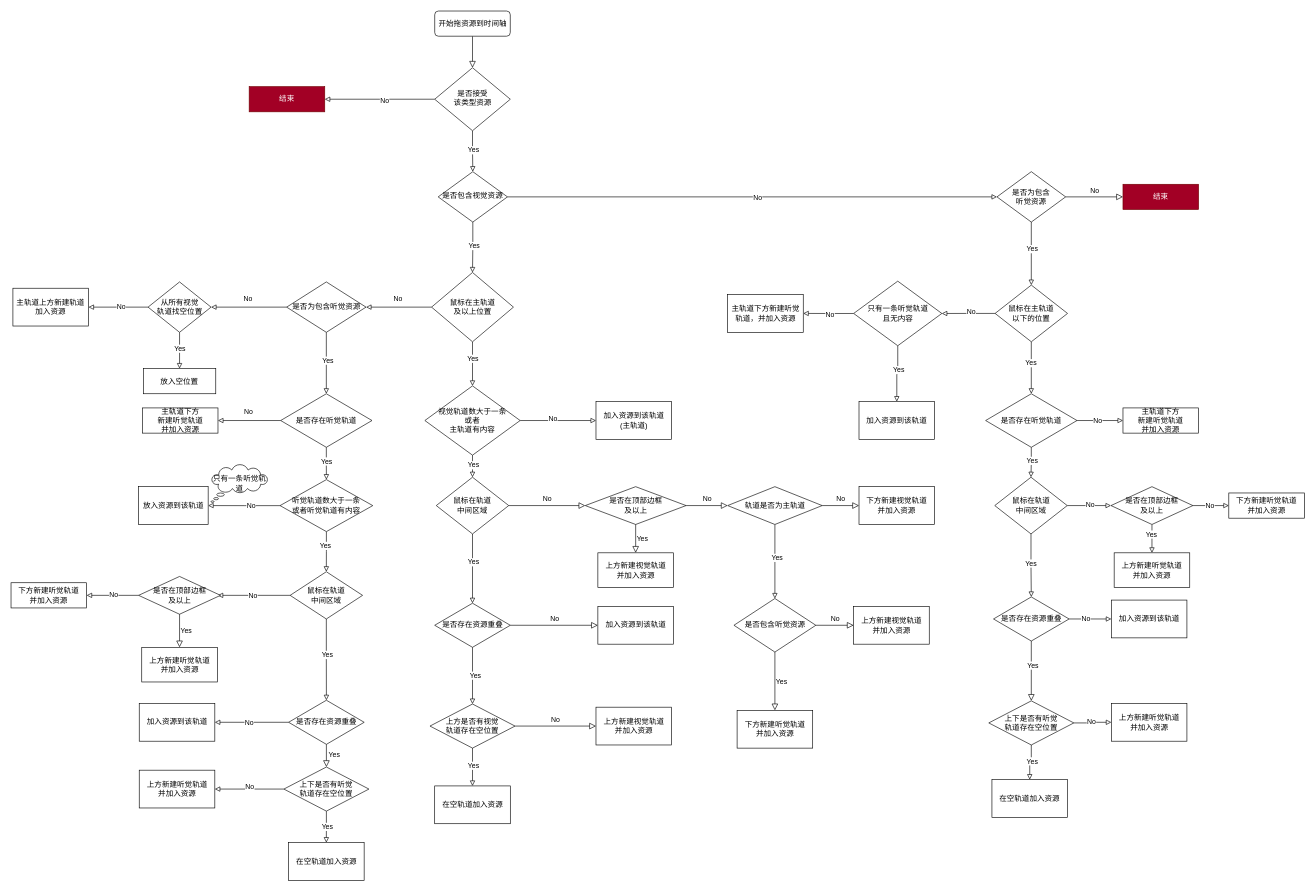
macfanr/drawio keeps this draw.io diagram as page "加资源" (1 of 5) of drag flow.drawio. Above is the earlier version. Source tidied: cells renumbered, new cells numbered last; positions are measured from the earlier drawing's top-left corner, leaving out a move shared by most shapes. Both pictures are drawn from the tidied source at 63%, with x=0, y=0 at pixel (11, 11).
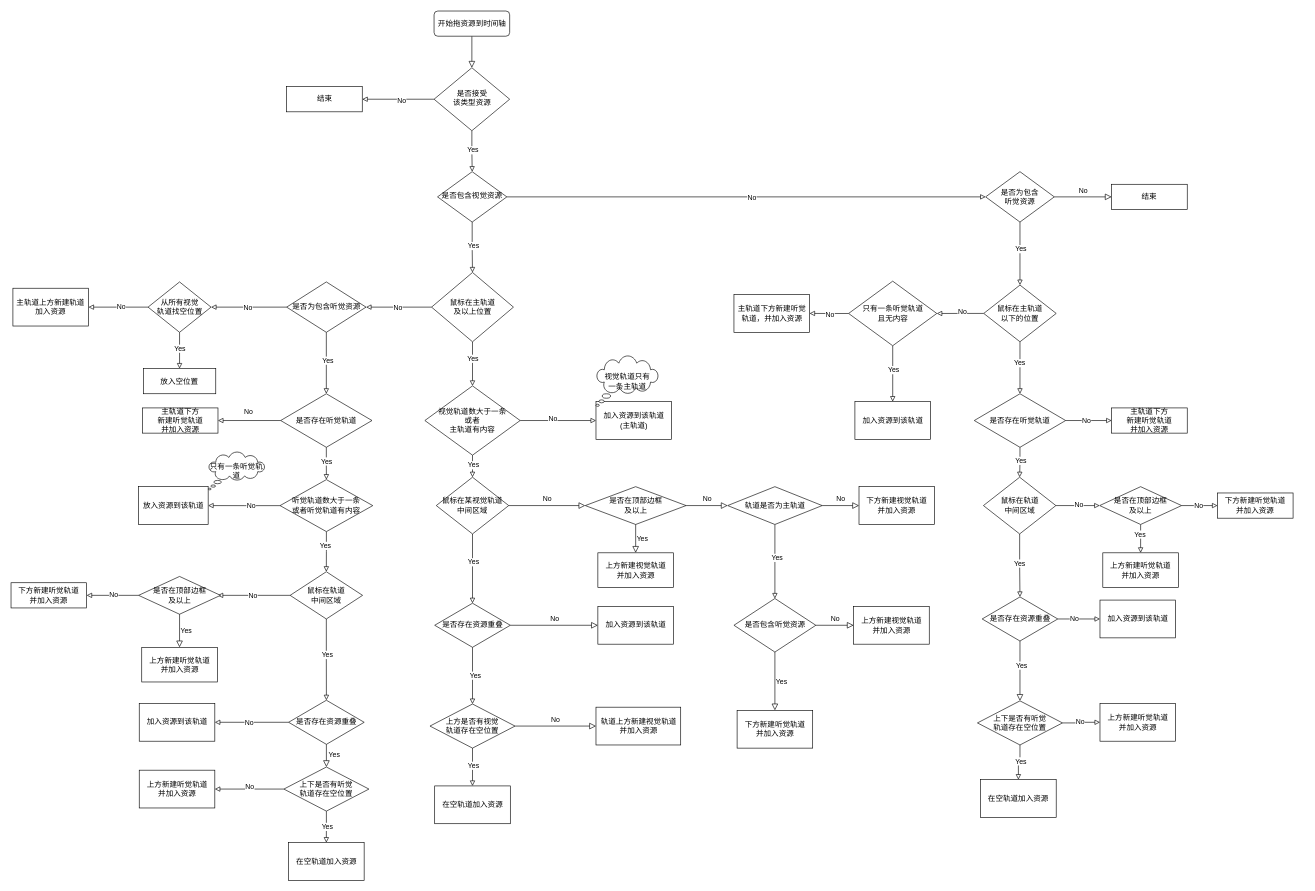
Above is the later version.

Unchanged cells that the change refers to:
```xml
<mxCell id="14" style="edgeStyle=orthogonalEdgeStyle;rounded=0;jettySize=auto;html=1;entryX=1;entryY=0.5;entryDx=0;entryDy=0;endArrow=block;endFill=0;" parent="1" edge="1" source="18" target="43">
  <mxGeometry relative="1" as="geometry" />
</mxCell>
<mxCell id="49" style="edgeStyle=orthogonalEdgeStyle;rounded=0;jettySize=auto;html=1;endArrow=block;endFill=0;exitX=0;exitY=0.5;exitDx=0;exitDy=0;" parent="1" edge="1" source="43" target="109">
  <mxGeometry relative="1" as="geometry" />
</mxCell>
```

What changed in the source:
```diff
@@
     <mxCell id="3" value="开始拖资源到时间轴" style="rounded=1;whiteSpace=wrap;html=1;fontSize=12;glass=0;strokeWidth=1;shadow=0;" parent="1" vertex="1">
-      <mxGeometry x="672.5" width="120" height="40" as="geometry" />
+      <mxGeometry x="671.5" width="120" height="40" as="geometry" />
     </mxCell>
@@
     <mxCell id="8" value="是否接受&lt;br&gt;该类型资源" style="rhombus;whiteSpace=wrap;html=1;shadow=0;fontFamily=Helvetica;fontSize=12;align=center;strokeWidth=1;spacing=6;spacingTop=-4;" parent="1" vertex="1">
-      <mxGeometry x="672.5" y="90" width="120" height="100" as="geometry" />
+      <mxGeometry x="671.5" y="90" width="120" height="100" as="geometry" />
     </mxCell>
@@
     <mxCell id="13" value="是否包含视觉资源" style="rhombus;whiteSpace=wrap;html=1;shadow=0;fontFamily=Helvetica;fontSize=12;align=center;strokeWidth=1;spacing=6;spacingTop=-4;" parent="1" vertex="1">
-      <mxGeometry x="678" y="255" width="110" height="80" as="geometry" />
+      <mxGeometry x="677" y="255" width="110" height="80" as="geometry" />
     </mxCell>
@@
     <mxCell id="15" value="No" style="edgeLabel;html=1;align=center;verticalAlign=middle;" parent="14" vertex="1">
       <mxGeometry x="0.04" y="-1" relative="1" as="geometry">
-        <mxPoint y="-14" as="offset" />
+        <mxPoint y="1" as="offset" />
       </mxGeometry>
     </mxCell>
@@
-    <mxCell id="21" value="鼠标在轨道&lt;br&gt;中间区域" style="rhombus;whiteSpace=wrap;html=1;rounded=0;" parent="1" vertex="1">
+    <mxCell id="21" value="鼠标在某视觉轨道&lt;br&gt;中间区域" style="rhombus;whiteSpace=wrap;html=1;rounded=0;" parent="1" vertex="1">
       <mxGeometry x="675" y="740" width="115" height="90" as="geometry" />
     </mxCell>
@@
     <mxCell id="50" value="No" style="edgeLabel;html=1;align=center;verticalAlign=middle;" parent="49" vertex="1">
       <mxGeometry x="0.04" y="-1" relative="1" as="geometry">
-        <mxPoint y="-14" as="offset" />
+        <mxPoint y="1" as="offset" />
       </mxGeometry>
     </mxCell>
@@
     <mxCell id="78" value="是否为包含&lt;br&gt;听觉资源" style="rhombus;whiteSpace=wrap;html=1;" parent="1" vertex="1">
-      <mxGeometry x="1565" y="255" width="109" height="80" as="geometry" />
+      <mxGeometry x="1547" y="255" width="109" height="80" as="geometry" />
     </mxCell>
-    <mxCell id="79" value="结束" style="rounded=0;whiteSpace=wrap;html=1;fontSize=12;glass=0;strokeWidth=1;shadow=0;fillColor=#a20025;fontColor=#ffffff;strokeColor=#6F0000;" parent="1" vertex="1">
-      <mxGeometry x="1765" y="275" width="120" height="40" as="geometry" />
+    <mxCell id="79" value="结束" style="rounded=0;whiteSpace=wrap;html=1;fontSize=12;glass=0;strokeWidth=1;shadow=0;" parent="1" vertex="1">
+      <mxGeometry x="1747" y="275" width="120" height="40" as="geometry" />
     </mxCell>
@@
     <mxCell id="85" value="鼠标在主轨道&lt;br&gt;以下的位置" style="rhombus;whiteSpace=wrap;html=1;rounded=0;" parent="1" vertex="1">
-      <mxGeometry x="1562" y="435" width="115" height="90" as="geometry" />
+      <mxGeometry x="1544" y="435" width="115" height="90" as="geometry" />
     </mxCell>
-    <mxCell id="86" value="结束" style="rounded=0;whiteSpace=wrap;html=1;fontSize=12;glass=0;strokeWidth=1;shadow=0;fillColor=#a20025;fontColor=#ffffff;strokeColor=#6F0000;" parent="1" vertex="1">
-      <mxGeometry x="378" y="120" width="120" height="40" as="geometry" />
+    <mxCell id="86" value="结束" style="rounded=0;whiteSpace=wrap;html=1;fontSize=12;glass=0;strokeWidth=1;shadow=0;" parent="1" vertex="1">
+      <mxGeometry x="437.5" y="120" width="120" height="40" as="geometry" />
     </mxCell>
@@
     <mxCell id="91" value="只有一条听觉轨道&lt;br&gt;且无内容" style="rhombus;whiteSpace=wrap;html=1;rounded=0;" parent="1" vertex="1">
-      <mxGeometry x="1337.5" y="428.8" width="140" height="102.5" as="geometry" />
+      <mxGeometry x="1329.5" y="428.8" width="140" height="102.5" as="geometry" />
     </mxCell>
     <mxCell id="92" value="加入资源到该轨道" style="whiteSpace=wrap;html=1;rounded=0;" parent="1" vertex="1">
-      <mxGeometry x="1346" y="620" width="120" height="60" as="geometry" />
+      <mxGeometry x="1339.5" y="620" width="120" height="60" as="geometry" />
     </mxCell>
     <mxCell id="93" value="主轨道下方新建听觉轨道，并加入资源" style="whiteSpace=wrap;html=1;rounded=0;" parent="1" vertex="1">
-      <mxGeometry x="1137.5" y="450" width="120" height="60" as="geometry" />
+      <mxGeometry x="1147.5" y="450" width="120" height="60" as="geometry" />
     </mxCell>
@@
-    <mxCell id="98" value="上方新建视觉轨道&lt;br&gt;并加入资源" style="whiteSpace=wrap;html=1;rounded=0;glass=0;strokeWidth=1;shadow=0;" parent="1" vertex="1">
-      <mxGeometry x="928.5" y="1105" width="120" height="60" as="geometry" />
+    <mxCell id="98" value="轨道上方新建视觉轨道&lt;br&gt;并加入资源" style="whiteSpace=wrap;html=1;rounded=0;glass=0;strokeWidth=1;shadow=0;" parent="1" vertex="1">
+      <mxGeometry x="928.5" y="1105" width="134.5" height="60" as="geometry" />
     </mxCell>
@@
     <mxCell id="113" value="上方新建听觉轨道&lt;br&gt;并加入资源" style="whiteSpace=wrap;html=1;rounded=0;glass=0;strokeWidth=1;shadow=0;" parent="1" vertex="1">
-      <mxGeometry x="1746.5" y="1099" width="120" height="60" as="geometry" />
+      <mxGeometry x="1728.5" y="1099" width="120" height="60" as="geometry" />
     </mxCell>
@@
     <mxCell id="116" value="加入资源到该轨道" style="whiteSpace=wrap;html=1;rounded=0;glass=0;strokeWidth=1;shadow=0;" parent="1" vertex="1">
-      <mxGeometry x="1746.5" y="935" width="120" height="60" as="geometry" />
+      <mxGeometry x="1728.5" y="935" width="120" height="60" as="geometry" />
     </mxCell>
     <mxCell id="117" value="上方新建听觉轨道&lt;br&gt;并加入资源" style="whiteSpace=wrap;html=1;rounded=0;glass=0;strokeWidth=1;shadow=0;" parent="1" vertex="1">
-      <mxGeometry x="1751" y="860" width="120" height="55" as="geometry" />
+      <mxGeometry x="1733" y="860" width="120" height="55" as="geometry" />
     </mxCell>
     <mxCell id="118" value="主轨道下方&lt;br&gt;新建听觉轨道&lt;br&gt;并加入资源" style="rounded=0;whiteSpace=wrap;html=1;fontSize=12;glass=0;strokeWidth=1;shadow=0;" parent="1" vertex="1">
-      <mxGeometry x="1765" y="630" width="120" height="40" as="geometry" />
+      <mxGeometry x="1747" y="630" width="120" height="40" as="geometry" />
     </mxCell>
@@
     <mxCell id="123" value="是否存在听觉轨道" style="rhombus;whiteSpace=wrap;html=1;" parent="1" vertex="1">
-      <mxGeometry x="1547" y="607.5" width="145" height="85" as="geometry" />
+      <mxGeometry x="1529" y="607.5" width="145" height="85" as="geometry" />
     </mxCell>
@@
     <mxCell id="128" value="鼠标在轨道&lt;br&gt;中间区域" style="rhombus;whiteSpace=wrap;html=1;" parent="1" vertex="1">
-      <mxGeometry x="1561.5" y="740" width="115" height="90" as="geometry" />
+      <mxGeometry x="1543.5" y="740" width="115" height="90" as="geometry" />
     </mxCell>
@@
     <mxCell id="131" value="是否存在资源重叠" style="rhombus;whiteSpace=wrap;html=1;rounded=0;" parent="1" vertex="1">
-      <mxGeometry x="1559.5" y="930" width="120" height="70" as="geometry" />
+      <mxGeometry x="1541.5" y="930" width="120" height="70" as="geometry" />
     </mxCell>
@@
     <mxCell id="136" value="上下是否有听觉&lt;br&gt;轨道存在空位置" style="rhombus;whiteSpace=wrap;html=1;rounded=0;" parent="1" vertex="1">
-      <mxGeometry x="1552" y="1095" width="135" height="70" as="geometry" />
+      <mxGeometry x="1534" y="1095" width="135" height="70" as="geometry" />
     </mxCell>
     <mxCell id="137" value="下方新建听觉轨道&lt;br&gt;并加入资源" style="rounded=0;whiteSpace=wrap;html=1;fontSize=12;glass=0;strokeWidth=1;shadow=0;" parent="1" vertex="1">
-      <mxGeometry x="1933" y="765" width="120" height="40" as="geometry" />
+      <mxGeometry x="1915" y="765" width="120" height="40" as="geometry" />
     </mxCell>
     <mxCell id="138" value="在空轨道加入资源" style="whiteSpace=wrap;html=1;rounded=0;glass=0;strokeWidth=1;shadow=0;" parent="1" vertex="1">
-      <mxGeometry x="1557" y="1220" width="120" height="60" as="geometry" />
+      <mxGeometry x="1539" y="1220" width="120" height="60" as="geometry" />
     </mxCell>
@@
     <mxCell id="143" value="是否在顶部边框&lt;br&gt;及以上" style="rhombus;whiteSpace=wrap;html=1;rounded=0;" parent="1" vertex="1">
-      <mxGeometry x="1746" y="755" width="130" height="60" as="geometry" />
+      <mxGeometry x="1728" y="755" width="130" height="60" as="geometry" />
     </mxCell>
@@
     <mxCell id="150" value="只有一条听觉轨道" style="whiteSpace=wrap;html=1;shape=mxgraph.basic.cloud_callout;" parent="1" vertex="1">
-      <mxGeometry x="317.5" y="720" width="90" height="60" as="geometry" />
+      <mxGeometry x="312.9" y="700" width="90" height="60" as="geometry" />
     </mxCell>
+    <mxCell id="151" value="视觉轨道只有&lt;br&gt;一条主轨道" style="whiteSpace=wrap;html=1;shape=mxgraph.basic.cloud_callout;" parent="1" vertex="1">
+      <mxGeometry x="928.5" y="547.5" width="99" height="80" as="geometry" />
+    </mxCell>
```
